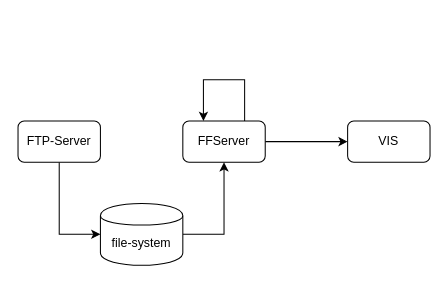
hashstone/deploy_shell keeps this draw.io diagram as Untitled Diagram.drawio. Above is the earlier version. Source tidied: cells renumbered, new cells numbered last; positions are measured from the earlier drawing's top-left corner, leaving out a move shared by most shapes. Both pictures are drawn from the tidied source at 103%, with x=0, y=0 at pixel (18, 79).
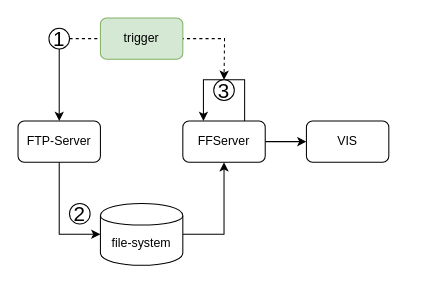
Above is the later version.

The edit, as a diff of the source:
```diff
@@
 <mxGraphModel>
   <root>
     <mxCell id="0" />
     <mxCell id="1" parent="0" />
     <mxCell id="2" style="edgeStyle=orthogonalEdgeStyle;rounded=0;jettySize=auto;html=1;exitX=0.5;exitY=1;exitDx=0;exitDy=0;entryX=0;entryY=0.5;entryDx=0;entryDy=0;" parent="1" edge="1" source="3" target="7">
       <mxGeometry relative="1" as="geometry" />
     </mxCell>
     <mxCell id="3" value="FTP-Server" style="rounded=1;whiteSpace=wrap;html=1;" parent="1" vertex="1">
       <mxGeometry y="40" width="80" height="40" as="geometry" />
     </mxCell>
     <mxCell id="4" style="edgeStyle=orthogonalEdgeStyle;rounded=0;jettySize=auto;html=1;exitX=1;exitY=0.5;exitDx=0;exitDy=0;entryX=0;entryY=0.5;entryDx=0;entryDy=0;" parent="1" edge="1" source="5" target="8">
       <mxGeometry relative="1" as="geometry" />
     </mxCell>
     <mxCell id="5" value="FFServer" style="rounded=1;whiteSpace=wrap;html=1;" parent="1" vertex="1">
       <mxGeometry x="160" y="40" width="80" height="40" as="geometry" />
     </mxCell>
     <mxCell id="6" style="edgeStyle=orthogonalEdgeStyle;rounded=0;jettySize=auto;html=1;exitX=1;exitY=0.5;exitDx=0;exitDy=0;entryX=0.5;entryY=1;entryDx=0;entryDy=0;" parent="1" edge="1" source="7" target="5">
       <mxGeometry relative="1" as="geometry" />
     </mxCell>
     <mxCell id="7" value="file-system" style="shape=cylinder;whiteSpace=wrap;html=1;boundedLbl=1;backgroundOutline=1;" parent="1" vertex="1">
       <mxGeometry x="80" y="120" width="80" height="60" as="geometry" />
     </mxCell>
     <mxCell id="8" value="VIS" style="rounded=1;whiteSpace=wrap;html=1;" parent="1" vertex="1">
-      <mxGeometry x="320" y="40" width="80" height="40" as="geometry" />
+      <mxGeometry x="280" y="40" width="80" height="40" as="geometry" />
     </mxCell>
     <mxCell id="9" style="edgeStyle=orthogonalEdgeStyle;rounded=0;orthogonalLoop=1;jettySize=auto;html=1;exitX=0.75;exitY=0;exitDx=0;exitDy=0;entryX=0.25;entryY=0;entryDx=0;entryDy=0;" parent="1" edge="1" source="5" target="5">
       <mxGeometry relative="1" as="geometry">
         <Array as="points">
           <mxPoint x="220" />
           <mxPoint x="180" />
         </Array>
       </mxGeometry>
     </mxCell>
+    <mxCell id="10" style="endArrow=classic;html=1;" parent="1" edge="1" source="12" target="3">
+      <mxGeometry relative="1" as="geometry" />
+    </mxCell>
+    <mxCell id="11" style="edgeStyle=orthogonalEdgeStyle;rounded=0;jettySize=auto;html=1;exitX=1;exitY=0.5;exitDx=0;exitDy=0;dashed=1;" parent="1" edge="1" source="12">
+      <mxGeometry relative="1" as="geometry">
+        <mxPoint x="200" as="targetPoint" />
+      </mxGeometry>
+    </mxCell>
+    <mxCell id="12" value="&lt;font style=&quot;font-size: 20px&quot;&gt;1&lt;/font&gt;" style="ellipse;whiteSpace=wrap;html=1;" parent="1" vertex="1">
+      <mxGeometry x="30" y="-50" width="20" height="20" as="geometry" />
+    </mxCell>
+    <mxCell id="13" value="&lt;span style=&quot;font-size: 20px&quot;&gt;2&lt;/span&gt;" style="ellipse;whiteSpace=wrap;html=1;" parent="1" vertex="1">
+      <mxGeometry x="50" y="120" width="20" height="20" as="geometry" />
+    </mxCell>
+    <mxCell id="14" value="&lt;span style=&quot;font-size: 20px&quot;&gt;3&lt;/span&gt;" style="ellipse;whiteSpace=wrap;html=1;" parent="1" vertex="1">
+      <mxGeometry x="190" width="20" height="20" as="geometry" />
+    </mxCell>
+    <mxCell id="15" value="trigger" style="rounded=1;whiteSpace=wrap;html=1;fillColor=#d5e8d4;strokeColor=#82b366;" parent="1" vertex="1">
+      <mxGeometry x="80" y="-60" width="80" height="40" as="geometry" />
+    </mxCell>
   </root>
 </mxGraphModel>
```
